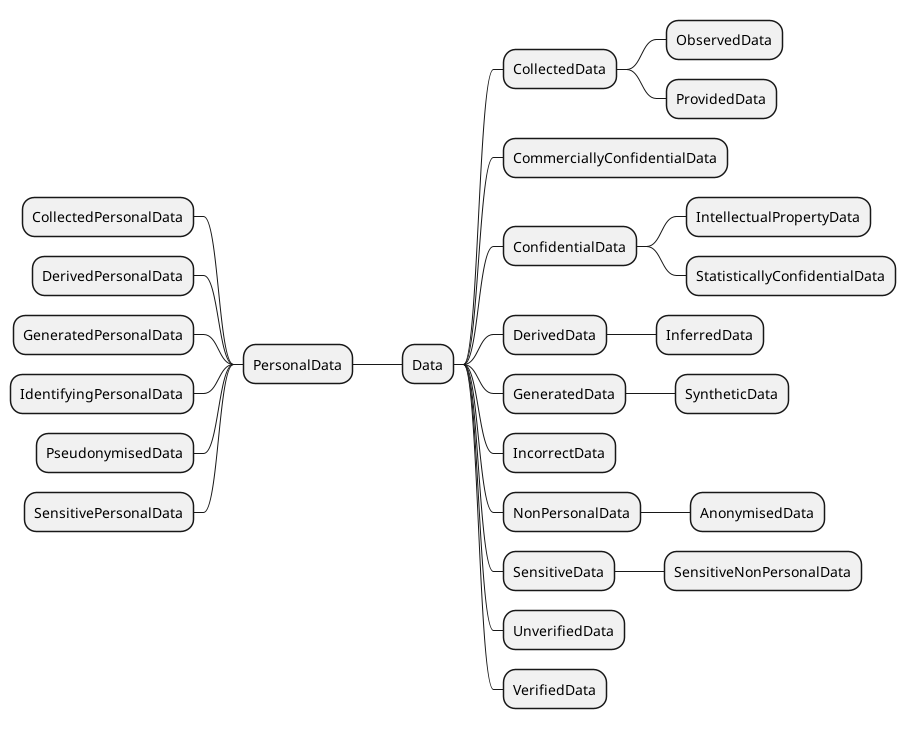
The PlantUML diagram diagrams/PersonalData.png in jeswr/dpv, before a commit. Its source is kept beside it as 2.0/diagrams/plantuml/PersonalData.plantuml. Source of this version:
```plantuml
@startuml
!include style.plantuml

class Thing #silver
package dpv {
    class Data
    class CollectedData
    class ObservedData
    class ProvidedData
    class CommerciallyConfidentialData
    class ConfidentialData
    class IntellectualPropertyData
    class StatisticallyConfidentialData
    class DerivedData
    class InferredData
    class GeneratedData
    class SyntheticData
    class IncorrectData
    class NonPersonalData
    class AnonymisedData
    class SensitiveData
    class SensitiveNonPersonalData
    class UnverifiedData
    class VerifiedData
    class PersonalData
    class CollectedPersonalData
    class DerivedPersonalData
    class GeneratedPersonalData
    class IdentifyingPersonalData
    class PseudonymisedData
    class SensitivePersonalData
    class SpecialCategoryPersonalData
    class InferredPersonalData
    class ObservedPersonalData
    class ProvidedPersonalData
    class ContextuallyAnonymisedData
}

Thing -- PersonalData : hasPersonalData >
Thing -- Data : hasData >

Data <|-- CollectedData
CollectedData <|-- CollectedPersonalData
CollectedPersonalData <|-- ObservedPersonalData
CollectedPersonalData <|-- ProvidedPersonalData
CollectedData <|-- ObservedData
CollectedData <|-- ProvidedData
ObservedData <|-- ObservedPersonalData
ProvidedData <|-- ProvidedPersonalData
Data <|-- CommerciallyConfidentialData
Data <|-- ConfidentialData
ConfidentialData <|-- IntellectualPropertyData
ConfidentialData <|-- StatisticallyConfidentialData
Data <|-- DerivedData
DerivedData <|-- DerivedPersonalData
DerivedPersonalData <|-- InferredPersonalData
DerivedData <|-- InferredData
InferredData  <|-- InferredPersonalData
Data <|-- GeneratedData
GeneratedData <|-- SyntheticData
StatisticallyConfidentialData -[hidden]- NonPersonalData
StatisticallyConfidentialData -[hidden]- GeneratedData
VerifiedData -[hidden]- SensitiveNonPersonalData
CollectedData -[hidden]- GeneratedPersonalData
Data <|-- IncorrectData
Data <|-- NonPersonalData
NonPersonalData <|-- AnonymisedData
Data <|-- PersonalData
PersonalData <|-- CollectedPersonalData
PersonalData <|-- DerivedPersonalData
PersonalData <|-- GeneratedPersonalData
PersonalData <|-- IdentifyingPersonalData
PersonalData <|-- PseudonymisedData
PseudonymisedData <|-- ContextuallyAnonymisedData
PersonalData <|-- SensitivePersonalData
SensitivePersonalData <|-- SpecialCategoryPersonalData
Data <|-- SensitiveData
SensitiveData <|-- SensitiveNonPersonalData
Data <|-- UnverifiedData
Data <|-- VerifiedData

@enduml
```
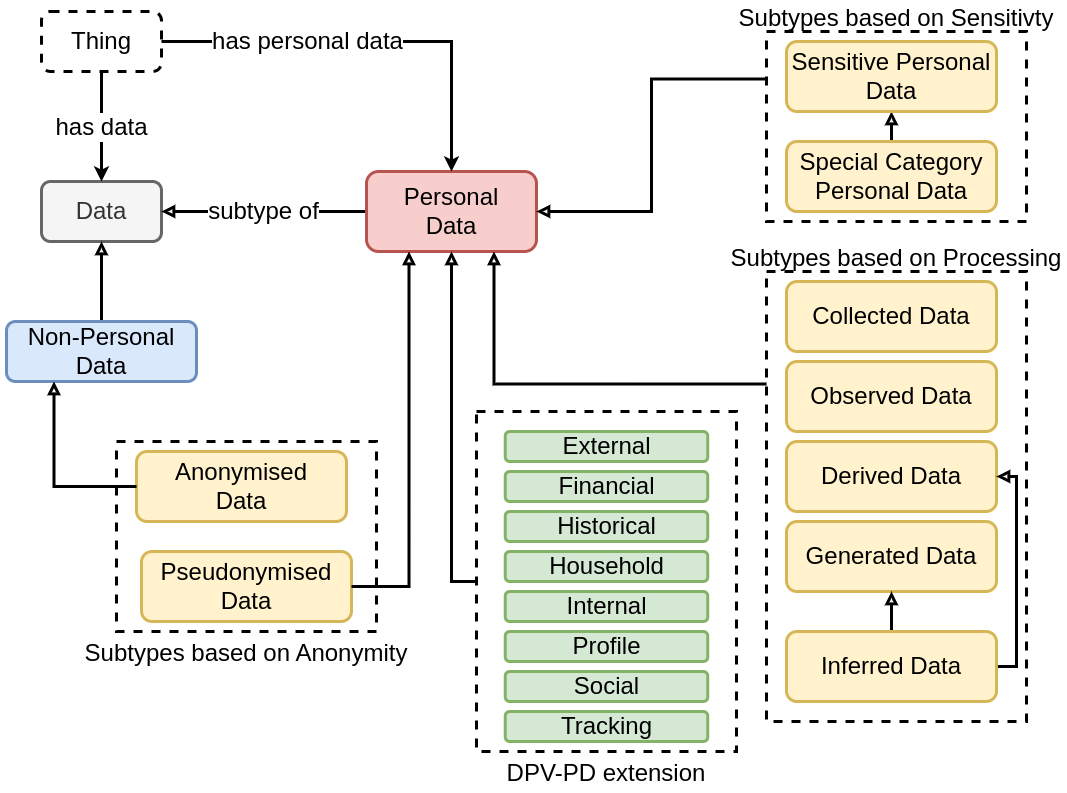
The same diagram one commit later.

What changed in the source:
```diff
@@ -1,82 +1,31 @@
-@startuml
+@startmindmap
 !include style.plantuml
 
-class Thing #silver
-package dpv {
-    class Data
-    class CollectedData
-    class ObservedData
-    class ProvidedData
-    class CommerciallyConfidentialData
-    class ConfidentialData
-    class IntellectualPropertyData
-    class StatisticallyConfidentialData
-    class DerivedData
-    class InferredData
-    class GeneratedData
-    class SyntheticData
-    class IncorrectData
-    class NonPersonalData
-    class AnonymisedData
-    class SensitiveData
-    class SensitiveNonPersonalData
-    class UnverifiedData
-    class VerifiedData
-    class PersonalData
-    class CollectedPersonalData
-    class DerivedPersonalData
-    class GeneratedPersonalData
-    class IdentifyingPersonalData
-    class PseudonymisedData
-    class SensitivePersonalData
-    class SpecialCategoryPersonalData
-    class InferredPersonalData
-    class ObservedPersonalData
-    class ProvidedPersonalData
-    class ContextuallyAnonymisedData
-}
++ Data
+++ CollectedData
++++ ObservedData
++++ ProvidedData
+++ CommerciallyConfidentialData
+++ ConfidentialData
++++ IntellectualPropertyData
++++ StatisticallyConfidentialData
+++ DerivedData
++++ InferredData
+++ GeneratedData
++++ SyntheticData
+++ IncorrectData
+++ NonPersonalData
++++ AnonymisedData
+++ SensitiveData
++++ SensitiveNonPersonalData
+++ UnverifiedData
+++ VerifiedData
+-- PersonalData
+--- CollectedPersonalData
+--- DerivedPersonalData
+--- GeneratedPersonalData
+--- IdentifyingPersonalData
+--- PseudonymisedData
+--- SensitivePersonalData
 
-Thing -- PersonalData : hasPersonalData >
-Thing -- Data : hasData >
-
-Data <|-- CollectedData
-CollectedData <|-- CollectedPersonalData
-CollectedPersonalData <|-- ObservedPersonalData
-CollectedPersonalData <|-- ProvidedPersonalData
-CollectedData <|-- ObservedData
-CollectedData <|-- ProvidedData
-ObservedData <|-- ObservedPersonalData
-ProvidedData <|-- ProvidedPersonalData
-Data <|-- CommerciallyConfidentialData
-Data <|-- ConfidentialData
-ConfidentialData <|-- IntellectualPropertyData
-ConfidentialData <|-- StatisticallyConfidentialData
-Data <|-- DerivedData
-DerivedData <|-- DerivedPersonalData
-DerivedPersonalData <|-- InferredPersonalData
-DerivedData <|-- InferredData
-InferredData  <|-- InferredPersonalData
-Data <|-- GeneratedData
-GeneratedData <|-- SyntheticData
-StatisticallyConfidentialData -[hidden]- NonPersonalData
-StatisticallyConfidentialData -[hidden]- GeneratedData
-VerifiedData -[hidden]- SensitiveNonPersonalData
-CollectedData -[hidden]- GeneratedPersonalData
-Data <|-- IncorrectData
-Data <|-- NonPersonalData
-NonPersonalData <|-- AnonymisedData
-Data <|-- PersonalData
-PersonalData <|-- CollectedPersonalData
-PersonalData <|-- DerivedPersonalData
-PersonalData <|-- GeneratedPersonalData
-PersonalData <|-- IdentifyingPersonalData
-PersonalData <|-- PseudonymisedData
-PseudonymisedData <|-- ContextuallyAnonymisedData
-PersonalData <|-- SensitivePersonalData
-SensitivePersonalData <|-- SpecialCategoryPersonalData
-Data <|-- SensitiveData
-SensitiveData <|-- SensitiveNonPersonalData
-Data <|-- UnverifiedData
-Data <|-- VerifiedData
-
-@enduml
+@endmindmap
```
